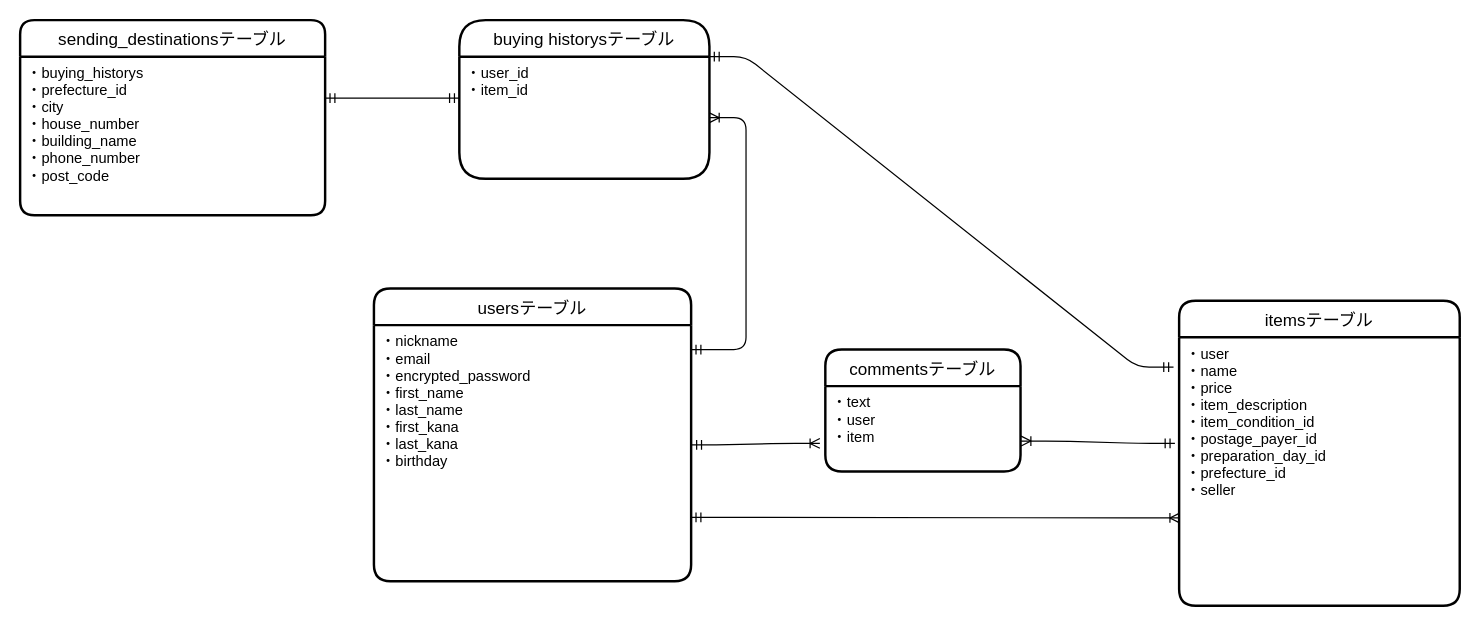
Above: frima.dio in riko38407/furima-38407 (draw.io), before the change. Source tidied: cells renumbered, new cells numbered last; positions are measured from the earlier drawing's top-left corner, leaving out a move shared by most shapes. Both pictures are drawn from the tidied source at 122%, with x=0, y=0 at pixel (20, 20).
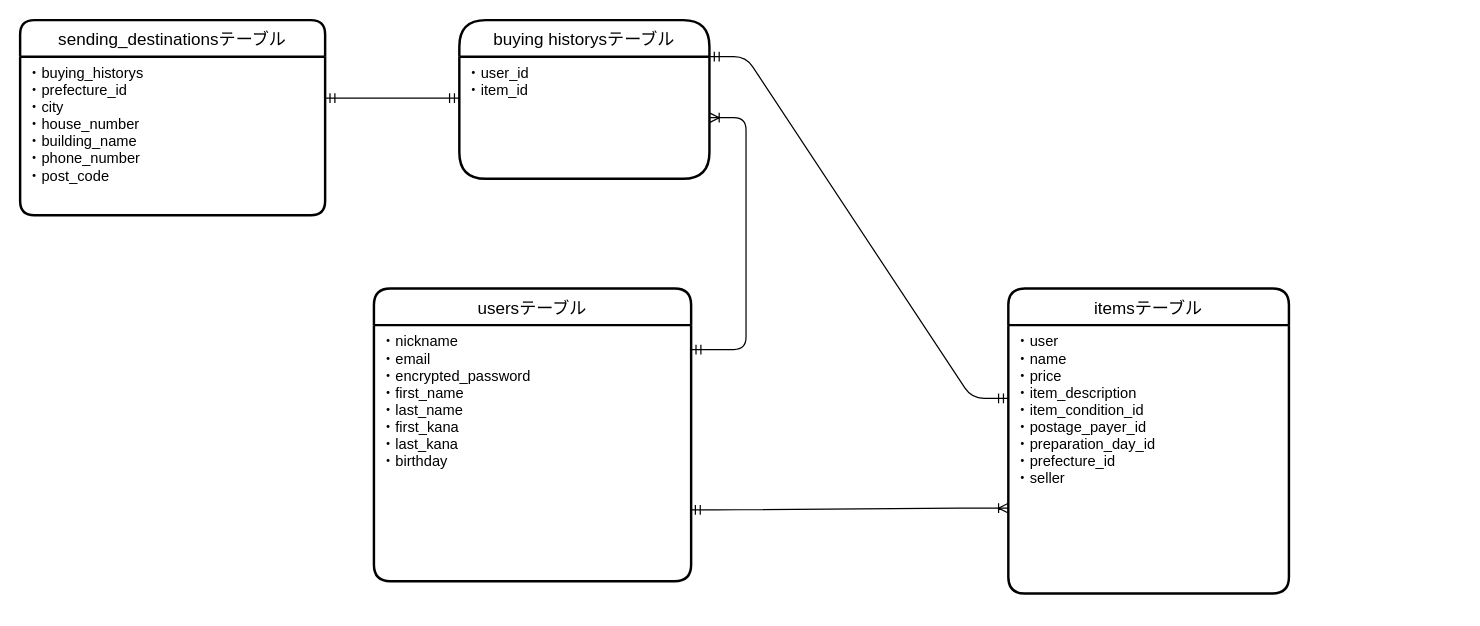
After the change.

Commit message (it also covers changes not shown here):
データベース設計　再々修正

What changed in the source:
```diff
@@
 <mxGraphModel>
   <root>
     <mxCell id="0" />
     <mxCell id="1" parent="0" />
     <mxCell id="2" value="usersテーブル" style="swimlane;horizontal=1;startSize=30;rounded=1;fontSize=14;fontStyle=0;strokeWidth=2;shadow=0;dashed=0;align=center;" parent="1" vertex="1">
       <mxGeometry x="290" y="220" width="260" height="240" as="geometry" />
     </mxCell>
     <mxCell id="3" value="・nickname&#10;・email&#10;・encrypted_password&#10;・first_name&#10;・last_name&#10;・first_kana&#10;・last_kana&#10;・birthday&#10;&#10;" style="align=left;strokeColor=none;fillColor=none;spacingLeft=4;fontSize=12;verticalAlign=top;" parent="2" vertex="1">
       <mxGeometry y="30" width="260" height="210" as="geometry" />
     </mxCell>
     <mxCell id="4" value="itemsテーブル" style="swimlane;horizontal=1;startSize=30;rounded=1;fontSize=14;fontStyle=0;strokeWidth=2;shadow=0;dashed=0;align=center;" parent="1" vertex="1">
-      <mxGeometry x="950" y="230" width="230" height="250" as="geometry" />
+      <mxGeometry x="810" y="220" width="230" height="250" as="geometry" />
     </mxCell>
     <mxCell id="5" value="・user&#10;・name&#10;・price&#10;・item_description&#10;・item_condition_id&#10;・postage_payer_id&#10;・preparation_day_id&#10;・prefecture_id&#10;・seller&#10;&#10;" style="align=left;strokeColor=none;fillColor=none;spacingLeft=4;fontSize=12;verticalAlign=top;" parent="4" vertex="1">
       <mxGeometry y="30" width="230" height="220" as="geometry" />
     </mxCell>
     <mxCell id="6" value="buying historysテーブル" style="swimlane;horizontal=1;startSize=30;rounded=1;fontSize=14;fontStyle=0;strokeWidth=2;shadow=0;dashed=0;align=center;arcSize=24;" parent="1" vertex="1">
       <mxGeometry x="360" width="205" height="130" as="geometry" />
     </mxCell>
     <mxCell id="7" value="・user_id&#10;・item_id&#10;" style="align=left;strokeColor=none;fillColor=none;spacingLeft=4;fontSize=12;verticalAlign=top;" parent="6" vertex="1">
       <mxGeometry y="30" width="205" height="100" as="geometry" />
     </mxCell>
     <mxCell id="8" value="sending_destinationsテーブル" style="swimlane;horizontal=1;startSize=30;rounded=1;fontSize=14;fontStyle=0;strokeWidth=2;shadow=0;dashed=0;align=center;arcSize=13;" parent="1" vertex="1">
       <mxGeometry width="250" height="160" as="geometry" />
     </mxCell>
     <mxCell id="9" value="・buying_historys&#10;・prefecture_id&#10;・city&#10;・house_number&#10;・building_name&#10;・phone_number&#10;・post_code" style="align=left;strokeColor=none;fillColor=none;spacingLeft=4;fontSize=12;verticalAlign=top;" parent="8" vertex="1">
       <mxGeometry y="30" width="250" height="130" as="geometry" />
     </mxCell>
-    <mxCell id="10" value="commentsテーブル" style="swimlane;horizontal=1;startSize=30;rounded=1;fontSize=14;fontStyle=0;strokeWidth=2;shadow=0;dashed=0;align=center;" parent="1" vertex="1">
-      <mxGeometry x="660" y="270" width="160" height="100" as="geometry" />
-    </mxCell>
-    <mxCell id="11" value="・text&#10;・user&#10;・item" style="align=left;strokeColor=none;fillColor=none;spacingLeft=4;fontSize=12;verticalAlign=top;" parent="10" vertex="1">
-      <mxGeometry y="30" width="160" height="70" as="geometry" />
-    </mxCell>
-    <mxCell id="12" style="edgeStyle=entityRelationEdgeStyle;fontSize=12;html=1;endArrow=ERoneToMany;startArrow=ERmandOne;exitX=1;exitY=0.75;exitDx=0;exitDy=0;entryX=0.002;entryY=0.673;entryDx=0;entryDy=0;entryPerimeter=0;" parent="1" edge="1" source="3" target="5">
-      <mxGeometry relative="1" as="geometry" />
+    <mxCell id="12" style="edgeStyle=entityRelationEdgeStyle;fontSize=12;html=1;endArrow=ERoneToMany;startArrow=ERmandOne;exitX=0.998;exitY=0.721;exitDx=0;exitDy=0;exitPerimeter=0;" parent="1" edge="1" source="3">
+      <mxGeometry relative="1" as="geometry">
+        <mxPoint x="810" y="400" as="targetPoint" />
+      </mxGeometry>
     </mxCell>
-    <mxCell id="13" style="edgeStyle=entityRelationEdgeStyle;fontSize=12;html=1;endArrow=ERoneToMany;startArrow=ERmandOne;exitX=1.002;exitY=0.467;exitDx=0;exitDy=0;exitPerimeter=0;entryX=-0.028;entryY=0.671;entryDx=0;entryDy=0;entryPerimeter=0;" parent="1" edge="1" source="3" target="11">
-      <mxGeometry relative="1" as="geometry" />
-    </mxCell>
-    <mxCell id="14" style="edgeStyle=entityRelationEdgeStyle;fontSize=12;html=1;endArrow=ERoneToMany;startArrow=ERmandOne;entryX=1.003;entryY=0.643;entryDx=0;entryDy=0;exitX=-0.015;exitY=0.395;exitDx=0;exitDy=0;exitPerimeter=0;entryPerimeter=0;" parent="1" edge="1" source="5" target="11">
-      <mxGeometry relative="1" as="geometry" />
-    </mxCell>
     <mxCell id="15" style="edgeStyle=entityRelationEdgeStyle;fontSize=12;html=1;endArrow=ERoneToMany;startArrow=ERmandOne;" parent="1" edge="1" target="7">
       <mxGeometry relative="1" as="geometry">
         <mxPoint x="550" y="270" as="sourcePoint" />
       </mxGeometry>
     </mxCell>
     <mxCell id="16" style="edgeStyle=entityRelationEdgeStyle;fontSize=12;html=1;endArrow=ERmandOne;startArrow=ERmandOne;" parent="1" edge="1">
       <mxGeometry relative="1" as="geometry">
         <mxPoint x="250" y="64" as="sourcePoint" />
         <mxPoint x="360" y="64" as="targetPoint" />
       </mxGeometry>
     </mxCell>
-    <mxCell id="17" style="edgeStyle=entityRelationEdgeStyle;fontSize=12;html=1;endArrow=ERmandOne;startArrow=ERmandOne;exitX=1;exitY=0;exitDx=0;exitDy=0;entryX=-0.02;entryY=0.111;entryDx=0;entryDy=0;entryPerimeter=0;" parent="1" edge="1" source="7" target="5">
-      <mxGeometry relative="1" as="geometry" />
+    <mxCell id="17" style="edgeStyle=entityRelationEdgeStyle;fontSize=12;html=1;endArrow=ERmandOne;startArrow=ERmandOne;exitX=1;exitY=0;exitDx=0;exitDy=0;" parent="1" edge="1" source="7">
+      <mxGeometry relative="1" as="geometry">
+        <mxPoint x="810" y="310" as="targetPoint" />
+      </mxGeometry>
     </mxCell>
   </root>
 </mxGraphModel>
```
